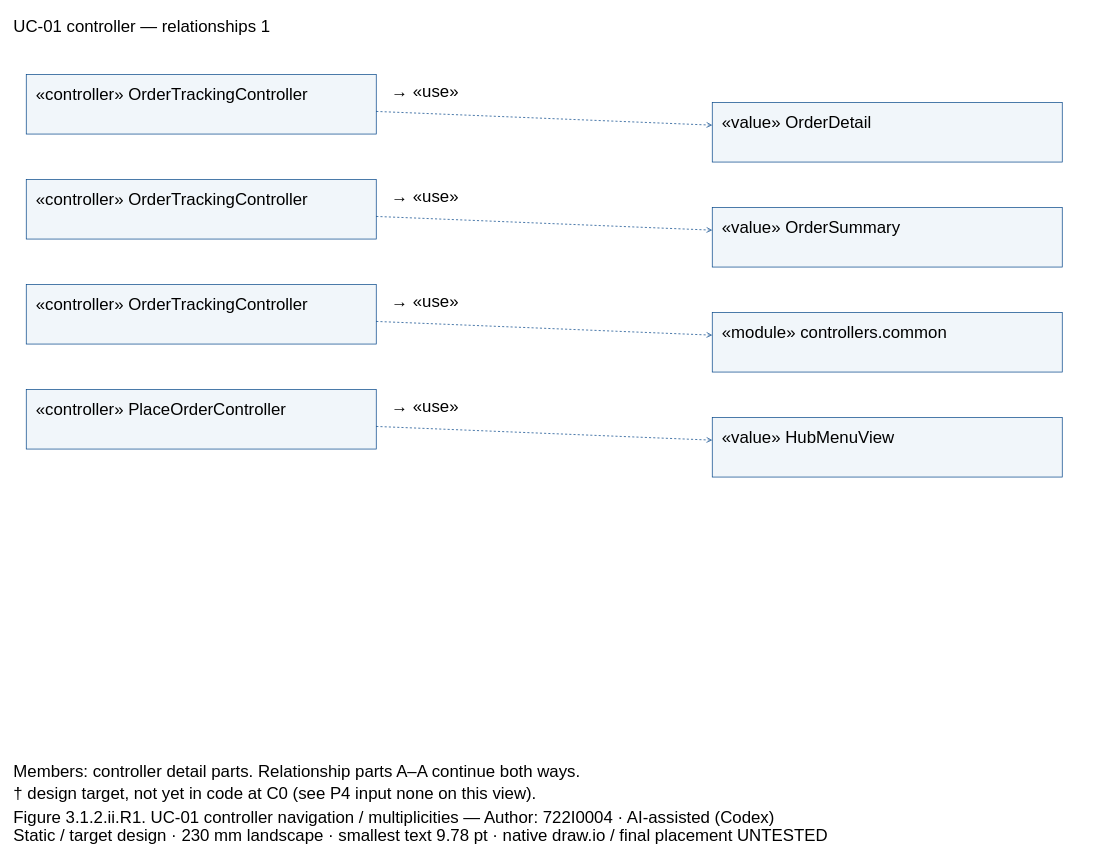
This is models/UC-01/dcd_uc01_controller_links_PartA.drawio from Dat071104/SaigonBite, a draw.io file, before an edit. Source tidied: cells renumbered, new cells numbered last; positions are measured from the earlier drawing's top-left corner, leaving out a move shared by most shapes. Both pictures are drawn from the tidied source at 70%, with x=0, y=0 at pixel (12, 12).
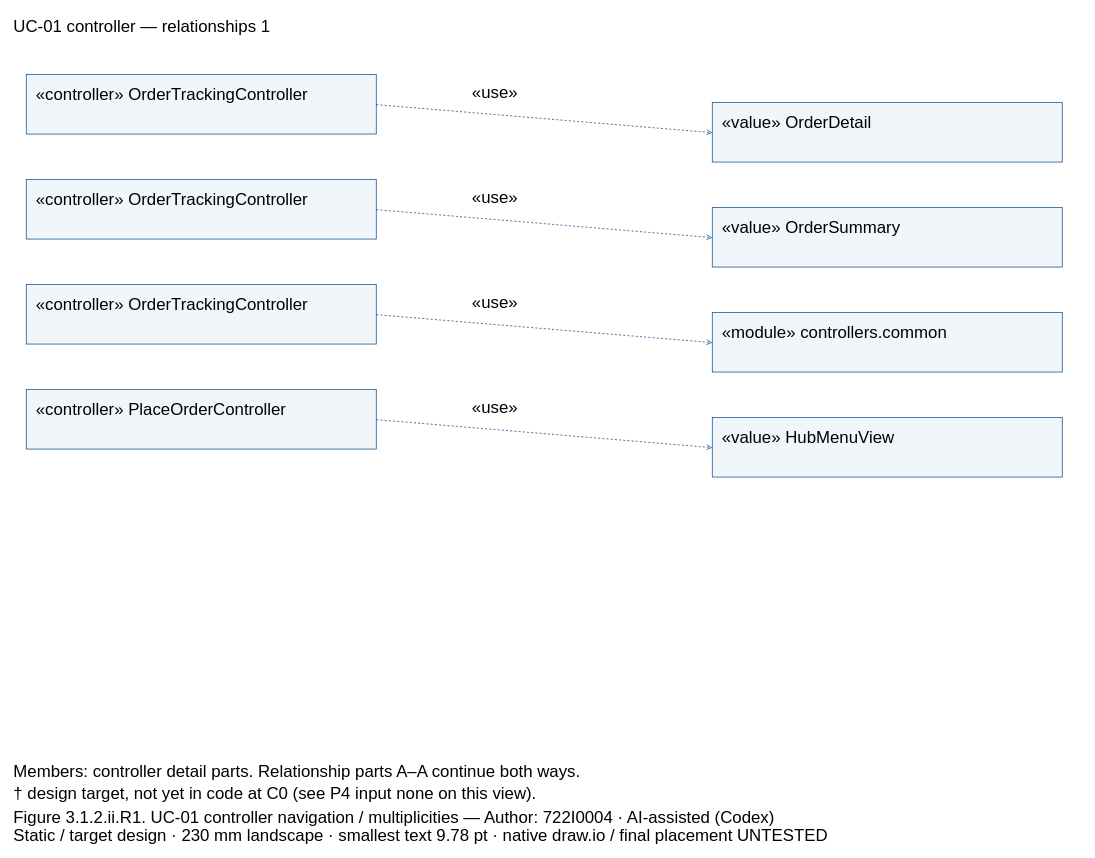
After the change.

Unchanged cells that the change refers to:
```xml
<mxCell id="3" style="fillColor=#F1F6FA;strokeColor=#004387;fontFamily=Arial;fontSize=24;whiteSpace=wrap;html=0;" parent="1" vertex="1">
  <mxGeometry x="20" y="89" width="500" height="85" as="geometry" />
</mxCell>
<mxCell id="5" style="fillColor=#F1F6FA;strokeColor=#004387;fontFamily=Arial;fontSize=24;whiteSpace=wrap;html=0;" parent="1" vertex="1">
  <mxGeometry x="1000" y="129" width="500" height="85" as="geometry" />
</mxCell>
<mxCell id="7" style="fillColor=#F1F6FA;strokeColor=#004387;fontFamily=Arial;fontSize=24;whiteSpace=wrap;html=0;" parent="1" vertex="1">
  <mxGeometry x="20" y="239" width="500" height="85" as="geometry" />
</mxCell>
<mxCell id="9" style="fillColor=#F1F6FA;strokeColor=#004387;fontFamily=Arial;fontSize=24;whiteSpace=wrap;html=0;" parent="1" vertex="1">
  <mxGeometry x="1000" y="279" width="500" height="85" as="geometry" />
</mxCell>
<mxCell id="11" style="fillColor=#F1F6FA;strokeColor=#004387;fontFamily=Arial;fontSize=24;whiteSpace=wrap;html=0;" parent="1" vertex="1">
  <mxGeometry x="20" y="389" width="500" height="85" as="geometry" />
</mxCell>
<mxCell id="13" style="fillColor=#F1F6FA;strokeColor=#004387;fontFamily=Arial;fontSize=24;whiteSpace=wrap;html=0;" parent="1" vertex="1">
  <mxGeometry x="1000" y="429" width="500" height="85" as="geometry" />
</mxCell>
<mxCell id="15" style="fillColor=#F1F6FA;strokeColor=#004387;fontFamily=Arial;fontSize=24;whiteSpace=wrap;html=0;" parent="1" vertex="1">
  <mxGeometry x="20" y="539" width="500" height="85" as="geometry" />
</mxCell>
<mxCell id="17" style="fillColor=#F1F6FA;strokeColor=#004387;fontFamily=Arial;fontSize=24;whiteSpace=wrap;html=0;" parent="1" vertex="1">
  <mxGeometry x="1000" y="579" width="500" height="85" as="geometry" />
</mxCell>
```

Diff of the diagram source:
```diff
@@
-    <mxCell id="19" style="edgeStyle=none;endArrow=open;dashed=1;strokeColor=#004387;" parent="1" edge="1" source="3" target="5">
+    <mxCell id="19" style="edgeStyle=none;endArrow=open;endFill=0;dashed=1;strokeColor=#004387;exitX=1.0;exitY=0.5058823529411764;exitPerimeter=0;entryX=0.0;entryY=0.5058823529411764;entryPerimeter=0;" parent="1" edge="1" source="3" target="5">
       <mxGeometry relative="1" as="geometry" />
     </mxCell>
-    <mxCell id="20" value="→ «use»" style="text;align=left;verticalAlign=top;strokeColor=none;fillColor=none;fontFamily=Arial;fontSize=24;whiteSpace=wrap;html=0;" parent="1" vertex="1">
-      <mxGeometry x="540" y="93" width="440" height="27.6" as="geometry" />
-    </mxCell>
+    <mxCell id="31" value="«use»" style="text;align=left;verticalAlign=top;strokeColor=none;fillColor=none;fontFamily=Arial;fontSize=24;whiteSpace=wrap;html=0;" parent="1" vertex="1">
+      <mxGeometry x="655" y="94" width="330" height="27.6" as="geometry" />
+    </mxCell>
-    <mxCell id="21" style="edgeStyle=none;endArrow=open;dashed=1;strokeColor=#004387;" parent="1" edge="1" source="7" target="9">
+    <mxCell id="21" style="edgeStyle=none;endArrow=open;endFill=0;dashed=1;strokeColor=#004387;exitX=1.0;exitY=0.5058823529411764;exitPerimeter=0;entryX=0.0;entryY=0.5058823529411764;entryPerimeter=0;" parent="1" edge="1" source="7" target="9">
       <mxGeometry relative="1" as="geometry" />
     </mxCell>
-    <mxCell id="22" value="→ «use»" style="text;align=left;verticalAlign=top;strokeColor=none;fillColor=none;fontFamily=Arial;fontSize=24;whiteSpace=wrap;html=0;" parent="1" vertex="1">
-      <mxGeometry x="540" y="243" width="440" height="27.6" as="geometry" />
-    </mxCell>
+    <mxCell id="32" value="«use»" style="text;align=left;verticalAlign=top;strokeColor=none;fillColor=none;fontFamily=Arial;fontSize=24;whiteSpace=wrap;html=0;" parent="1" vertex="1">
+      <mxGeometry x="655" y="244" width="330" height="27.6" as="geometry" />
+    </mxCell>
-    <mxCell id="23" style="edgeStyle=none;endArrow=open;dashed=1;strokeColor=#004387;" parent="1" edge="1" source="11" target="13">
+    <mxCell id="23" style="edgeStyle=none;endArrow=open;endFill=0;dashed=1;strokeColor=#004387;exitX=1.0;exitY=0.5058823529411764;exitPerimeter=0;entryX=0.0;entryY=0.5058823529411764;entryPerimeter=0;" parent="1" edge="1" source="11" target="13">
       <mxGeometry relative="1" as="geometry" />
     </mxCell>
-    <mxCell id="24" value="→ «use»" style="text;align=left;verticalAlign=top;strokeColor=none;fillColor=none;fontFamily=Arial;fontSize=24;whiteSpace=wrap;html=0;" parent="1" vertex="1">
-      <mxGeometry x="540" y="393" width="440" height="27.6" as="geometry" />
-    </mxCell>
+    <mxCell id="33" value="«use»" style="text;align=left;verticalAlign=top;strokeColor=none;fillColor=none;fontFamily=Arial;fontSize=24;whiteSpace=wrap;html=0;" parent="1" vertex="1">
+      <mxGeometry x="655" y="394" width="330" height="27.6" as="geometry" />
+    </mxCell>
-    <mxCell id="25" style="edgeStyle=none;endArrow=open;dashed=1;strokeColor=#004387;" parent="1" edge="1" source="15" target="17">
+    <mxCell id="25" style="edgeStyle=none;endArrow=open;endFill=0;dashed=1;strokeColor=#004387;exitX=1.0;exitY=0.5058823529411764;exitPerimeter=0;entryX=0.0;entryY=0.5058823529411764;entryPerimeter=0;" parent="1" edge="1" source="15" target="17">
       <mxGeometry relative="1" as="geometry" />
     </mxCell>
-    <mxCell id="26" value="→ «use»" style="text;align=left;verticalAlign=top;strokeColor=none;fillColor=none;fontFamily=Arial;fontSize=24;whiteSpace=wrap;html=0;" parent="1" vertex="1">
-      <mxGeometry x="540" y="543" width="440" height="27.6" as="geometry" />
-    </mxCell>
+    <mxCell id="34" value="«use»" style="text;align=left;verticalAlign=top;strokeColor=none;fillColor=none;fontFamily=Arial;fontSize=24;whiteSpace=wrap;html=0;" parent="1" vertex="1">
+      <mxGeometry x="655" y="544" width="330" height="27.6" as="geometry" />
+    </mxCell>
```
